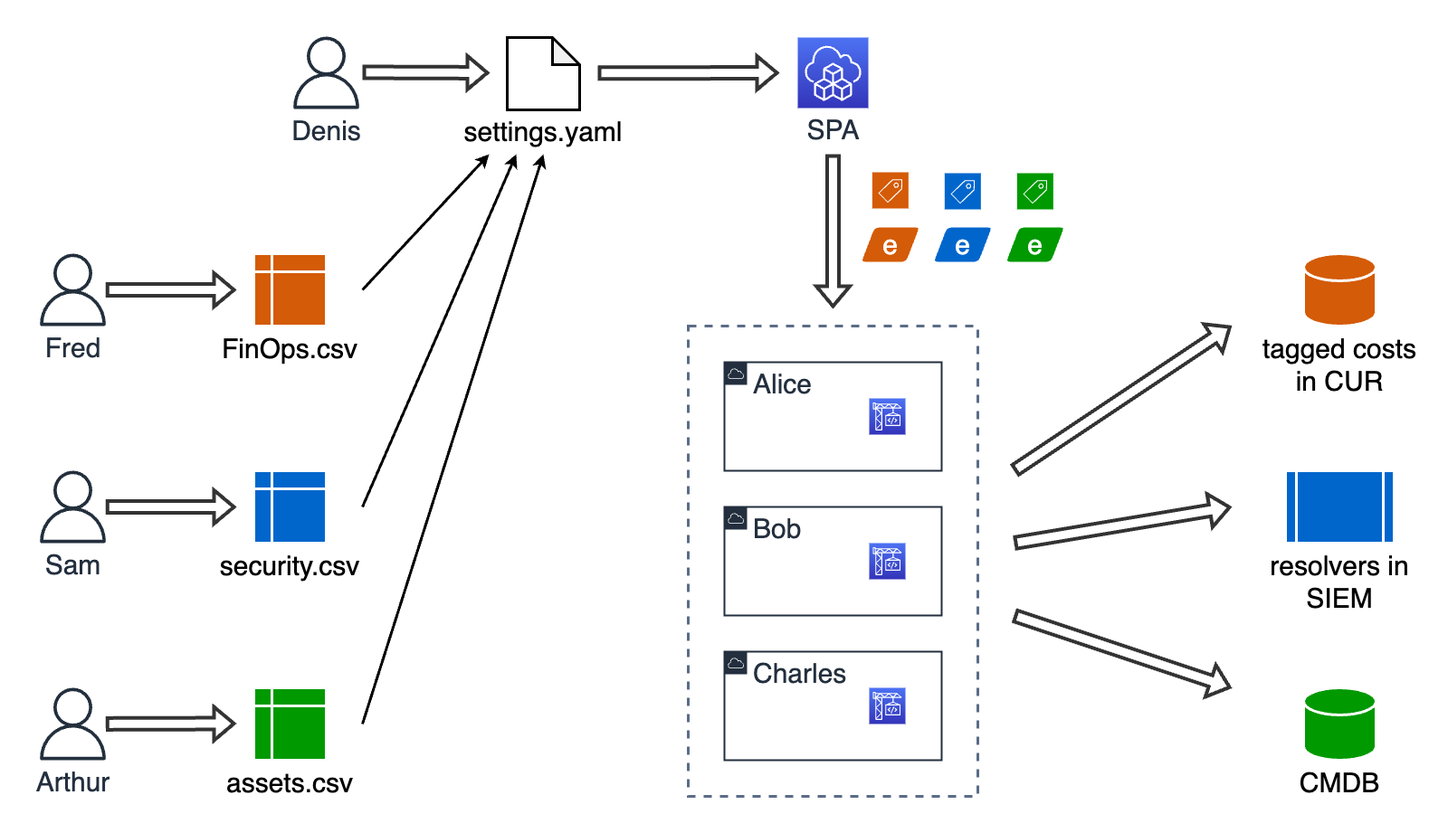
Earlier version of the draw.io export media/collaborative-configuration.png (reply-fr/sustainable-personal-accounts). Source tidied: cells renumbered, new cells last; positions are measured from the earlier drawing's top-left corner, leaving out a move shared by most shapes.
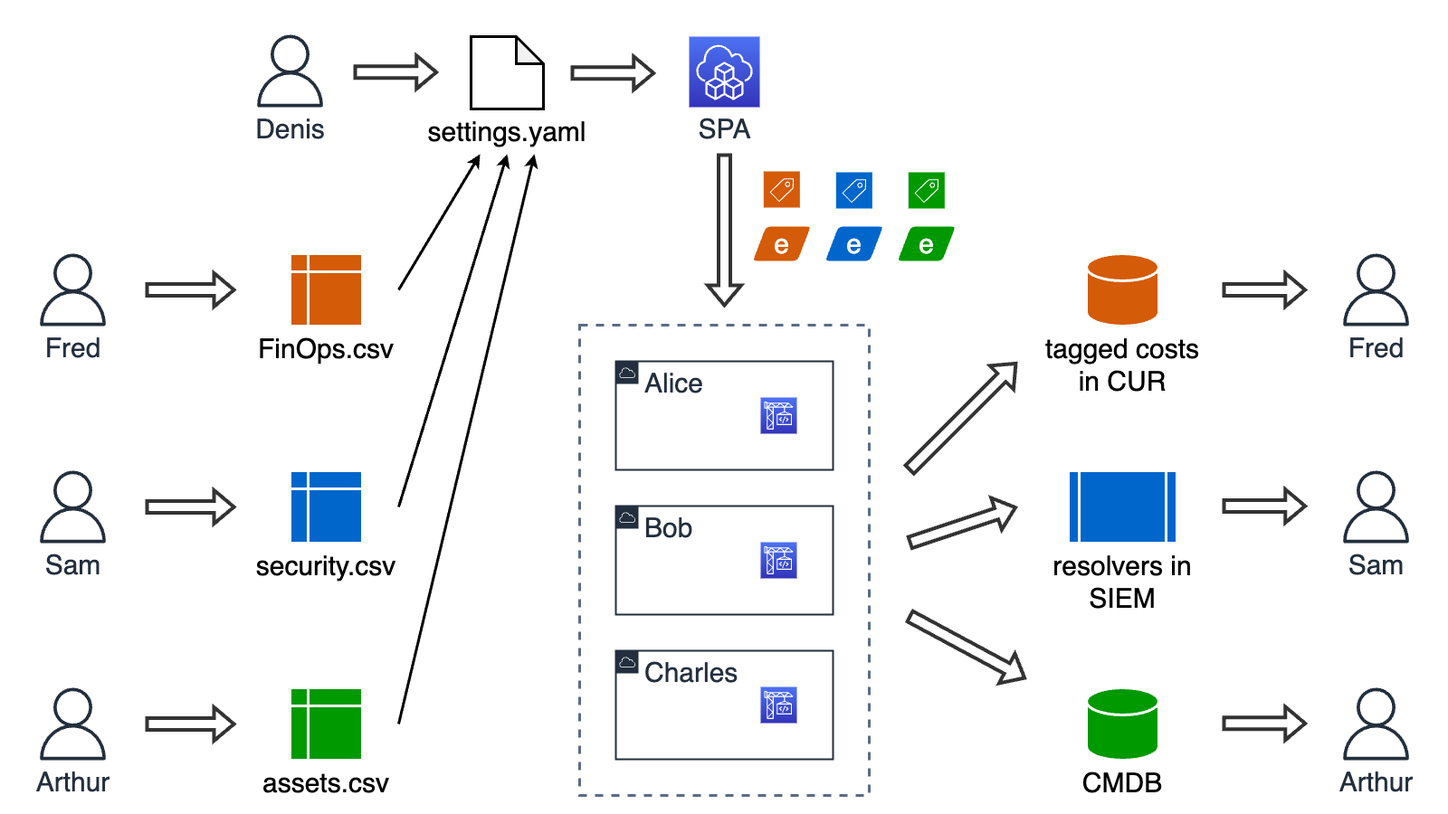
Above is the later version.

Commit message:
reflect new capabilities in architectural diagrams

Diff of the diagram source:
```diff
@@ -5,9 +5,9 @@
     <mxCell id="2" value="&lt;font style=&quot;font-size: 30px&quot;&gt;Alice&lt;/font&gt;" style="points=[[0,0],[0.25,0],[0.5,0],[0.75,0],[1,0],[1,0.25],[1,0.5],[1,0.75],[1,1],[0.75,1],[0.5,1],[0.25,1],[0,1],[0,0.75],[0,0.5],[0,0.25]];outlineConnect=0;gradientColor=none;html=1;whiteSpace=wrap;fontSize=30;fontStyle=0;shape=mxgraph.aws4.group;grIcon=mxgraph.aws4.group_aws_cloud;strokeColor=#232F3E;fillColor=none;verticalAlign=top;align=left;spacingLeft=30;fontColor=#232F3E;dashed=0;strokeWidth=2;" parent="1" vertex="1">
-      <mxGeometry x="760" y="360" width="240" height="120" as="geometry" />
+      <mxGeometry x="640" y="359" width="240" height="120" as="geometry" />
     </mxCell>
     <mxCell id="3" value="&lt;font style=&quot;font-size: 30px&quot;&gt;Bob&lt;/font&gt;" style="gradientColor=none;html=1;whiteSpace=wrap;fontSize=30;fontStyle=0;shape=mxgraph.aws4.group;grIcon=mxgraph.aws4.group_aws_cloud;strokeColor=#232F3E;fillColor=none;verticalAlign=top;align=left;spacingLeft=30;fontColor=#232F3E;dashed=0;strokeWidth=2;" parent="1" vertex="1">
-      <mxGeometry x="760" y="520" width="240" height="120" as="geometry" />
+      <mxGeometry x="640" y="519" width="240" height="120" as="geometry" />
     </mxCell>
     <mxCell id="4" value="&lt;font style=&quot;font-size: 30px&quot;&gt;Charles&lt;/font&gt;" style="gradientColor=none;html=1;whiteSpace=wrap;fontSize=30;fontStyle=0;shape=mxgraph.aws4.group;grIcon=mxgraph.aws4.group_aws_cloud;strokeColor=#232F3E;fillColor=none;verticalAlign=top;align=left;spacingLeft=30;fontColor=#232F3E;dashed=0;strokeWidth=2;" parent="1" vertex="1">
-      <mxGeometry x="760" y="680" width="240" height="120" as="geometry" />
+      <mxGeometry x="640" y="679" width="240" height="120" as="geometry" />
     </mxCell>
@@ -28,4 +28,5 @@
     </mxCell>
-    <mxCell id="10" style="shape=flexArrow;endArrow=classic;html=1;rounded=0;strokeColor=#333333;strokeWidth=4;" parent="1" edge="1" source="7">
+    <mxCell id="10" style="shape=flexArrow;endArrow=classic;html=1;rounded=0;strokeColor=#333333;strokeWidth=4;" parent="1" edge="1">
       <mxGeometry relative="1" as="geometry">
+        <mxPoint x="120" y="280" as="sourcePoint" />
         <mxPoint x="220" y="280" as="targetPoint" />
@@ -34,36 +35,37 @@
     <mxCell id="11" style="sketch=0;fontColor=#232F3E;gradientColor=#4D72F3;gradientDirection=north;fillColor=#3334B9;strokeColor=#ffffff;dashed=0;verticalLabelPosition=bottom;verticalAlign=top;align=center;html=1;fontSize=12;fontStyle=0;shape=mxgraph.aws4.resourceIcon;resIcon=mxgraph.aws4.codebuild;" parent="1" vertex="1">
-      <mxGeometry x="920" y="400" width="40" height="40" as="geometry" />
+      <mxGeometry x="800" y="399" width="40" height="40" as="geometry" />
     </mxCell>
     <mxCell id="12" style="shape=internalStorage;whiteSpace=wrap;html=1;backgroundOutline=1;strokeWidth=3;fillColor=#D45B07;strokeColor=#FFFFFF;" parent="1" vertex="1">
-      <mxGeometry x="240" y="240" width="80" height="80" as="geometry" />
+      <mxGeometry x="280" y="240" width="80" height="80" as="geometry" />
     </mxCell>
     <mxCell id="13" value="FinOps.csv" style="text;html=1;strokeColor=none;fillColor=none;align=center;verticalAlign=middle;whiteSpace=wrap;rounded=0;fontSize=30;" parent="1" vertex="1">
-      <mxGeometry x="160" y="330" width="240" height="30" as="geometry" />
+      <mxGeometry x="200" y="330" width="240" height="30" as="geometry" />
     </mxCell>
     <mxCell id="14" style="shape=internalStorage;whiteSpace=wrap;html=1;backgroundOutline=1;strokeWidth=3;fillColor=#0066CC;strokeColor=#FFFFFF;" parent="1" vertex="1">
-      <mxGeometry x="240" y="480" width="80" height="80" as="geometry" />
+      <mxGeometry x="280" y="480" width="80" height="80" as="geometry" />
     </mxCell>
     <mxCell id="15" value="security.csv" style="text;html=1;strokeColor=none;fillColor=none;align=center;verticalAlign=middle;whiteSpace=wrap;rounded=0;fontSize=30;" parent="1" vertex="1">
-      <mxGeometry x="160" y="570" width="240" height="30" as="geometry" />
+      <mxGeometry x="200" y="570" width="240" height="30" as="geometry" />
     </mxCell>
     <mxCell id="16" style="shape=internalStorage;whiteSpace=wrap;html=1;backgroundOutline=1;strokeWidth=3;fillColor=#009900;strokeColor=#FFFFFF;" parent="1" vertex="1">
-      <mxGeometry x="240" y="720" width="80" height="80" as="geometry" />
+      <mxGeometry x="280" y="720" width="80" height="80" as="geometry" />
     </mxCell>
     <mxCell id="17" value="assets.csv" style="text;html=1;strokeColor=none;fillColor=none;align=center;verticalAlign=middle;whiteSpace=wrap;rounded=0;fontSize=30;" parent="1" vertex="1">
-      <mxGeometry x="160" y="810" width="240" height="30" as="geometry" />
+      <mxGeometry x="200" y="810" width="240" height="30" as="geometry" />
     </mxCell>
     <mxCell id="18" style="shape=note;whiteSpace=wrap;html=1;backgroundOutline=1;darkOpacity=0.05;strokeWidth=3;fontSize=30;" parent="1" vertex="1">
-      <mxGeometry x="520" y="1" width="80" height="80" as="geometry" />
+      <mxGeometry x="480" width="80" height="80" as="geometry" />
     </mxCell>
     <mxCell id="19" value="settings.yaml" style="text;html=1;strokeColor=none;fillColor=none;align=center;verticalAlign=middle;whiteSpace=wrap;rounded=0;fontSize=30;" parent="1" vertex="1">
-      <mxGeometry x="440" y="90" width="240" height="30" as="geometry" />
+      <mxGeometry x="400" y="90" width="240" height="30" as="geometry" />
     </mxCell>
     <mxCell id="20" value="Denis" style="sketch=0;fontColor=#232F3E;gradientColor=none;fillColor=#232F3D;strokeColor=none;dashed=0;verticalLabelPosition=bottom;verticalAlign=top;align=center;html=1;fontSize=30;fontStyle=0;shape=mxgraph.aws4.user;" parent="1" vertex="1">
-      <mxGeometry x="280" width="80" height="80" as="geometry" />
+      <mxGeometry x="240" y="-2" width="80" height="80" as="geometry" />
     </mxCell>
     <mxCell id="21" value="&lt;font style=&quot;font-size: 30px;&quot;&gt;SPA&lt;/font&gt;" style="sketch=0;fontColor=#232F3E;gradientColor=#4D72F3;gradientDirection=north;fillColor=#3334B9;strokeColor=#ffffff;dashed=0;verticalLabelPosition=bottom;verticalAlign=top;align=center;html=1;fontSize=12;fontStyle=0;shape=mxgraph.aws4.resourceIcon;resIcon=mxgraph.aws4.cloud_development_kit;strokeWidth=2;" parent="1" vertex="1">
-      <mxGeometry x="841" y="1" width="78" height="78" as="geometry" />
+      <mxGeometry x="721" width="78" height="78" as="geometry" />
     </mxCell>
-    <mxCell id="22" style="shape=flexArrow;endArrow=classic;html=1;rounded=0;strokeColor=#333333;strokeWidth=4;" parent="1" edge="1" source="8">
+    <mxCell id="22" style="shape=flexArrow;endArrow=classic;html=1;rounded=0;strokeColor=#333333;strokeWidth=4;" parent="1" edge="1">
       <mxGeometry relative="1" as="geometry">
+        <mxPoint x="120" y="520" as="sourcePoint" />
         <mxPoint x="220" y="520" as="targetPoint" />
@@ -71,5 +73,6 @@
     </mxCell>
-    <mxCell id="23" style="shape=flexArrow;endArrow=classic;html=1;rounded=0;strokeColor=#333333;strokeWidth=4;" parent="1" edge="1" source="9">
+    <mxCell id="23" style="shape=flexArrow;endArrow=classic;html=1;rounded=0;strokeColor=#333333;strokeWidth=4;" parent="1" edge="1">
       <mxGeometry relative="1" as="geometry">
-        <mxPoint x="220" y="759.5" as="targetPoint" />
+        <mxPoint x="120" y="760" as="sourcePoint" />
+        <mxPoint x="220" y="760" as="targetPoint" />
       </mxGeometry>
@@ -78,4 +81,4 @@
       <mxGeometry relative="1" as="geometry">
-        <mxPoint x="360" y="280" as="sourcePoint" />
-        <mxPoint x="500" y="130" as="targetPoint" />
+        <mxPoint x="400" y="280" as="sourcePoint" />
+        <mxPoint x="490" y="130" as="targetPoint" />
       </mxGeometry>
@@ -84,4 +87,4 @@
       <mxGeometry relative="1" as="geometry">
-        <mxPoint x="360" y="520" as="sourcePoint" />
-        <mxPoint x="530" y="130" as="targetPoint" />
+        <mxPoint x="400" y="520" as="sourcePoint" />
+        <mxPoint x="520" y="130" as="targetPoint" />
       </mxGeometry>
@@ -90,4 +93,4 @@
       <mxGeometry relative="1" as="geometry">
-        <mxPoint x="360" y="760" as="sourcePoint" />
-        <mxPoint x="560" y="130" as="targetPoint" />
+        <mxPoint x="400" y="760" as="sourcePoint" />
+        <mxPoint x="550" y="130" as="targetPoint" />
       </mxGeometry>
@@ -95,57 +98,45 @@
     <mxCell id="27" style="sketch=0;fontColor=#232F3E;gradientColor=#4D72F3;gradientDirection=north;fillColor=#3334B9;strokeColor=#ffffff;dashed=0;verticalLabelPosition=bottom;verticalAlign=top;align=center;html=1;fontSize=12;fontStyle=0;shape=mxgraph.aws4.resourceIcon;resIcon=mxgraph.aws4.codebuild;" parent="1" vertex="1">
-      <mxGeometry x="920" y="560" width="40" height="40" as="geometry" />
+      <mxGeometry x="800" y="559" width="40" height="40" as="geometry" />
     </mxCell>
     <mxCell id="28" style="sketch=0;fontColor=#232F3E;gradientColor=#4D72F3;gradientDirection=north;fillColor=#3334B9;strokeColor=#ffffff;dashed=0;verticalLabelPosition=bottom;verticalAlign=top;align=center;html=1;fontSize=12;fontStyle=0;shape=mxgraph.aws4.resourceIcon;resIcon=mxgraph.aws4.codebuild;" parent="1" vertex="1">
-      <mxGeometry x="920" y="720" width="40" height="40" as="geometry" />
+      <mxGeometry x="800" y="719" width="40" height="40" as="geometry" />
     </mxCell>
     <mxCell id="29" style="sketch=0;shadow=0;dashed=0;html=1;strokeColor=none;fillColor=#D45B07;labelPosition=center;verticalLabelPosition=bottom;verticalAlign=top;align=center;shape=mxgraph.veeam2.tag;fontSize=30;gradientColor=none;fontColor=#000000;" parent="1" vertex="1">
-      <mxGeometry x="923.3" y="150" width="40" height="40" as="geometry" />
+      <mxGeometry x="803.3" y="149" width="40" height="40" as="geometry" />
     </mxCell>
     <mxCell id="30" style="sketch=0;shadow=0;dashed=0;html=1;strokeColor=none;fillColor=#009900;labelPosition=center;verticalLabelPosition=bottom;verticalAlign=top;align=center;shape=mxgraph.veeam2.tag;fontSize=30;gradientColor=none;fontColor=#000000;" parent="1" vertex="1">
-      <mxGeometry x="1083.3" y="151" width="40" height="40" as="geometry" />
+      <mxGeometry x="963.3" y="150" width="40" height="40" as="geometry" />
     </mxCell>
     <mxCell id="31" style="sketch=0;shadow=0;dashed=0;html=1;strokeColor=none;fillColor=#0066CC;labelPosition=center;verticalLabelPosition=bottom;verticalAlign=top;align=center;shape=mxgraph.veeam2.tag;fontSize=30;gradientColor=none;fontColor=#000000;" parent="1" vertex="1">
-      <mxGeometry x="1003.3" y="151" width="40" height="40" as="geometry" />
+      <mxGeometry x="883.3" y="150" width="40" height="40" as="geometry" />
     </mxCell>
     <mxCell id="32" style="shape=cylinder3;whiteSpace=wrap;html=1;boundedLbl=1;backgroundOutline=1;size=15;strokeColor=#FFFFFF;strokeWidth=3;fontSize=30;fillColor=#D45B07;" parent="1" vertex="1">
-      <mxGeometry x="1400" y="240" width="80" height="80" as="geometry" />
+      <mxGeometry x="1160" y="240" width="80" height="80" as="geometry" />
     </mxCell>
     <mxCell id="33" value="tagged costs&lt;br&gt;in CUR" style="text;html=1;strokeColor=none;fillColor=none;align=center;verticalAlign=middle;whiteSpace=wrap;rounded=0;fontSize=30;" parent="1" vertex="1">
-      <mxGeometry x="1320" y="348" width="240" height="30" as="geometry" />
+      <mxGeometry x="1080" y="348" width="240" height="30" as="geometry" />
     </mxCell>
     <mxCell id="34" style="shape=process;whiteSpace=wrap;html=1;backgroundOutline=1;strokeColor=#FFFFFF;strokeWidth=3;fontSize=30;fillColor=#0066CC;" parent="1" vertex="1">
-      <mxGeometry x="1380" y="480" width="120" height="80" as="geometry" />
+      <mxGeometry x="1140" y="480" width="120" height="80" as="geometry" />
     </mxCell>
     <mxCell id="35" value="resolvers in &lt;br&gt;SIEM" style="text;html=1;strokeColor=none;fillColor=none;align=center;verticalAlign=middle;whiteSpace=wrap;rounded=0;fontSize=30;" parent="1" vertex="1">
-      <mxGeometry x="1320" y="588" width="240" height="30" as="geometry" />
+      <mxGeometry x="1080" y="588" width="240" height="30" as="geometry" />
     </mxCell>
     <mxCell id="36" style="shape=cylinder3;whiteSpace=wrap;html=1;boundedLbl=1;backgroundOutline=1;size=15;strokeColor=#FFFFFF;strokeWidth=3;fontSize=30;fillColor=#009900;" parent="1" vertex="1">
-      <mxGeometry x="1400" y="720" width="80" height="80" as="geometry" />
+      <mxGeometry x="1160" y="720" width="80" height="80" as="geometry" />
     </mxCell>
     <mxCell id="37" value="CMDB" style="text;html=1;strokeColor=none;fillColor=none;align=center;verticalAlign=middle;whiteSpace=wrap;rounded=0;fontSize=30;" parent="1" vertex="1">
-      <mxGeometry x="1320" y="810" width="240" height="30" as="geometry" />
+      <mxGeometry x="1080" y="810" width="240" height="30" as="geometry" />
     </mxCell>
-    <mxCell id="38" style="shape=flexArrow;endArrow=classic;html=1;rounded=0;strokeColor=#333333;strokeWidth=4;" parent="1" edge="1">
-      <mxGeometry relative="1" as="geometry">
-        <mxPoint x="360" y="39.5" as="sourcePoint" />
-        <mxPoint x="500" y="40" as="targetPoint" />
-      </mxGeometry>
-    </mxCell>
     <mxCell id="39" value="&lt;font color=&quot;#ffffff&quot;&gt;e&lt;/font&gt;" style="shape=parallelogram;html=1;strokeWidth=2;perimeter=parallelogramPerimeter;whiteSpace=wrap;rounded=1;arcSize=12;size=0.23;strokeColor=#FFFFFF;fontSize=30;fillColor=#D45B07;" parent="1" vertex="1">
-      <mxGeometry x="910" y="210" width="66.7" height="40" as="geometry" />
+      <mxGeometry x="790" y="209" width="66.7" height="40" as="geometry" />
     </mxCell>
     <mxCell id="40" value="&lt;font color=&quot;#ffffff&quot;&gt;e&lt;/font&gt;" style="shape=parallelogram;html=1;strokeWidth=2;perimeter=parallelogramPerimeter;whiteSpace=wrap;rounded=1;arcSize=12;size=0.23;strokeColor=#FFFFFF;fontSize=30;fillColor=#0066CC;" parent="1" vertex="1">
-      <mxGeometry x="990" y="210" width="66.7" height="40" as="geometry" />
+      <mxGeometry x="870" y="209" width="66.7" height="40" as="geometry" />
     </mxCell>
     <mxCell id="41" value="&lt;font color=&quot;#ffffff&quot;&gt;e&lt;/font&gt;" style="shape=parallelogram;html=1;strokeWidth=2;perimeter=parallelogramPerimeter;whiteSpace=wrap;rounded=1;arcSize=12;size=0.23;strokeColor=#FFFFFF;fontSize=30;fillColor=#009900;" parent="1" vertex="1">
-      <mxGeometry x="1070" y="210" width="66.7" height="40" as="geometry" />
+      <mxGeometry x="950" y="209" width="66.7" height="40" as="geometry" />
     </mxCell>
-    <mxCell id="42" style="shape=flexArrow;endArrow=classic;html=1;rounded=0;strokeColor=#333333;strokeWidth=4;" parent="1" edge="1">
-      <mxGeometry relative="1" as="geometry">
-        <mxPoint x="620" y="40.3" as="sourcePoint" />
-        <mxPoint x="820" y="40" as="targetPoint" />
-      </mxGeometry>
-    </mxCell>
     <mxCell id="43" style="fillColor=none;strokeColor=#5A6C86;dashed=1;verticalAlign=top;fontStyle=0;fontColor=#5A6C86;strokeWidth=3;fontSize=30;" parent="1" vertex="1">
-      <mxGeometry x="720" y="320" width="320" height="520" as="geometry" />
+      <mxGeometry x="600" y="319" width="320" height="520" as="geometry" />
     </mxCell>
@@ -153,4 +144,4 @@
       <mxGeometry relative="1" as="geometry">
-        <mxPoint x="880" y="130" as="sourcePoint" />
-        <mxPoint x="880" y="300" as="targetPoint" />
+        <mxPoint x="760" y="129" as="sourcePoint" />
+        <mxPoint x="760" y="299" as="targetPoint" />
       </mxGeometry>
@@ -159,4 +150,4 @@
       <mxGeometry relative="1" as="geometry">
-        <mxPoint x="1080" y="480" as="sourcePoint" />
-        <mxPoint x="1320" y="320" as="targetPoint" />
+        <mxPoint x="963.3" y="480" as="sourcePoint" />
+        <mxPoint x="1083.3" y="360" as="targetPoint" />
       </mxGeometry>
@@ -165,4 +156,4 @@
       <mxGeometry relative="1" as="geometry">
-        <mxPoint x="1080" y="640" as="sourcePoint" />
-        <mxPoint x="1320" y="720" as="targetPoint" />
+        <mxPoint x="963.3" y="640" as="sourcePoint" />
+        <mxPoint x="1093.3" y="710" as="targetPoint" />
       </mxGeometry>
@@ -171,6 +162,45 @@
       <mxGeometry relative="1" as="geometry">
-        <mxPoint x="1080" y="560" as="sourcePoint" />
-        <mxPoint x="1320" y="520" as="targetPoint" />
+        <mxPoint x="963.3" y="560" as="sourcePoint" />
+        <mxPoint x="1083.3" y="520" as="targetPoint" />
       </mxGeometry>
     </mxCell>
+    <mxCell id="48" value="Fred" style="sketch=0;fontColor=#232F3E;gradientColor=none;fillColor=#232F3D;strokeColor=none;dashed=0;verticalLabelPosition=bottom;verticalAlign=top;align=center;html=1;fontSize=30;fontStyle=0;shape=mxgraph.aws4.user;" parent="1" vertex="1">
+      <mxGeometry x="1440" y="240" width="80" height="80" as="geometry" />
+    </mxCell>
+    <mxCell id="49" value="Sam" style="sketch=0;fontColor=#232F3E;gradientColor=none;fillColor=#232F3D;strokeColor=none;dashed=0;verticalLabelPosition=bottom;verticalAlign=top;align=center;html=1;fontSize=30;fontStyle=0;shape=mxgraph.aws4.user;" parent="1" vertex="1">
+      <mxGeometry x="1440" y="480" width="80" height="80" as="geometry" />
+    </mxCell>
+    <mxCell id="50" value="Arthur" style="sketch=0;fontColor=#232F3E;gradientColor=none;fillColor=#232F3D;strokeColor=none;dashed=0;verticalLabelPosition=bottom;verticalAlign=top;align=center;html=1;fontSize=30;fontStyle=0;shape=mxgraph.aws4.user;" parent="1" vertex="1">
+      <mxGeometry x="1440" y="720" width="80" height="80" as="geometry" />
+    </mxCell>
+    <mxCell id="51" style="shape=flexArrow;endArrow=classic;html=1;rounded=0;strokeColor=#333333;strokeWidth=4;" parent="1" edge="1">
+      <mxGeometry relative="1" as="geometry">
+        <mxPoint x="1310" y="280" as="sourcePoint" />
+        <mxPoint x="1403.6" y="280" as="targetPoint" />
+      </mxGeometry>
+    </mxCell>
+    <mxCell id="52" style="shape=flexArrow;endArrow=classic;html=1;rounded=0;strokeColor=#333333;strokeWidth=4;" parent="1" edge="1">
+      <mxGeometry relative="1" as="geometry">
+        <mxPoint x="1310" y="519" as="sourcePoint" />
+        <mxPoint x="1403.6" y="519" as="targetPoint" />
+      </mxGeometry>
+    </mxCell>
+    <mxCell id="53" style="shape=flexArrow;endArrow=classic;html=1;rounded=0;strokeColor=#333333;strokeWidth=4;" parent="1" edge="1">
+      <mxGeometry relative="1" as="geometry">
+        <mxPoint x="1310" y="759.3" as="sourcePoint" />
+        <mxPoint x="1403.6" y="759.3" as="targetPoint" />
+      </mxGeometry>
+    </mxCell>
+    <mxCell id="54" style="shape=flexArrow;endArrow=classic;html=1;rounded=0;strokeColor=#333333;strokeWidth=4;" parent="1" edge="1">
+      <mxGeometry relative="1" as="geometry">
+        <mxPoint x="590" y="40.3" as="sourcePoint" />
+        <mxPoint x="683.6" y="40.3" as="targetPoint" />
+      </mxGeometry>
+    </mxCell>
+    <mxCell id="55" style="shape=flexArrow;endArrow=classic;html=1;rounded=0;strokeColor=#333333;strokeWidth=4;" parent="1" edge="1">
+      <mxGeometry relative="1" as="geometry">
+        <mxPoint x="350" y="39.3" as="sourcePoint" />
+        <mxPoint x="443.6" y="39.3" as="targetPoint" />
+      </mxGeometry>
+    </mxCell>
   </root>
```
